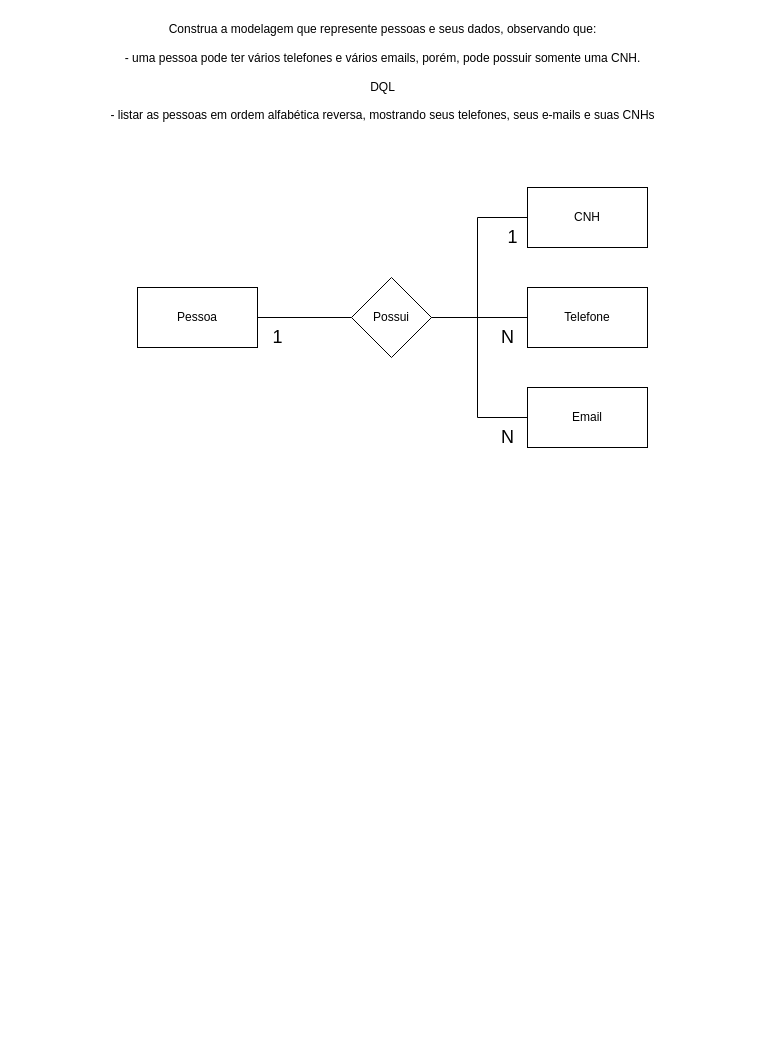
Above: exercícios/1.1/1.1.drawio in wenderdecastro/senai_sprint1_bd (draw.io), before the change. Source tidied: cells renumbered, new cells numbered last; positions are measured from the earlier drawing's top-left corner, leaving out a move shared by most shapes. Both pictures are drawn from the tidied source at 100%, with x=0, y=0 at pixel (97, 17).
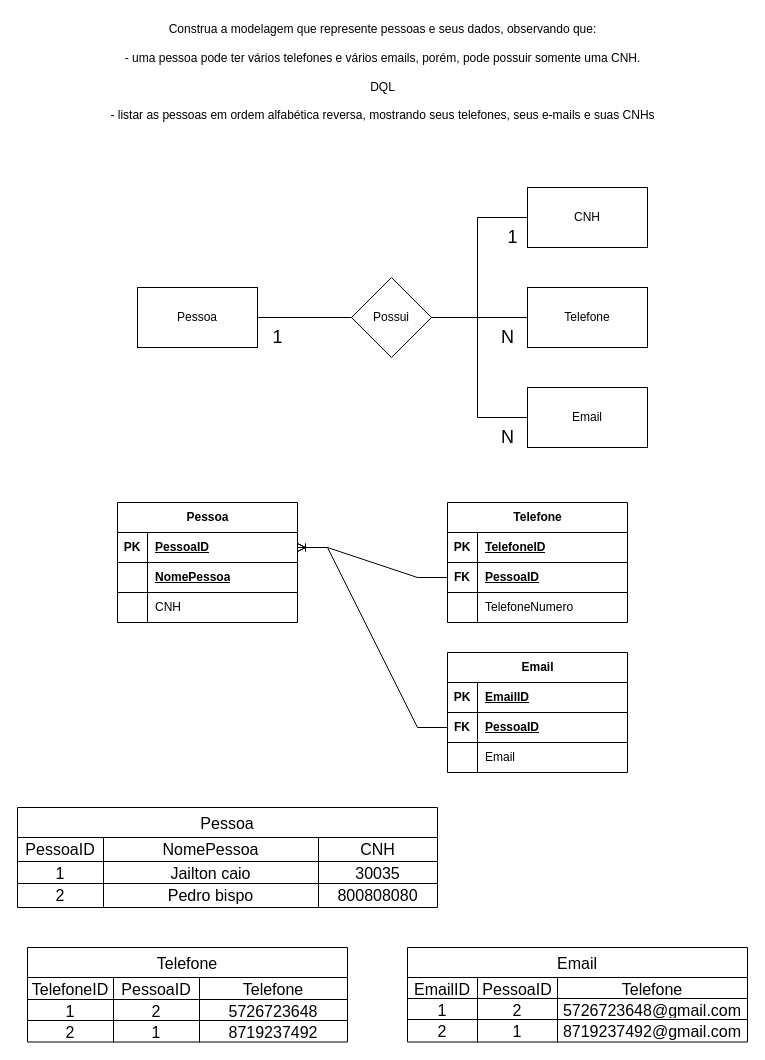
The same diagram, later.

Diff of the diagram source:
```diff
@@
+    <mxCell id="16" value="Pessoa" style="shape=table;startSize=30;childLayout=tableLayout;rowLines=0;fontStyle=1;align=center;html=1;" parent="1" vertex="1">
+      <mxGeometry x="20" y="485" width="180" height="120" as="geometry" />
+    </mxCell>
+    <mxCell id="17" style="shape=tableRow;horizontal=0;startSize=0;swimlaneHead=0;swimlaneBody=0;fillColor=none;points=[[0,0.5],[1,0.5]];portConstraint=eastwest;top=0;left=0;right=0;bottom=1;" parent="16" vertex="1">
+      <mxGeometry y="30" width="180" height="30" as="geometry" />
+    </mxCell>
+    <mxCell id="18" value="PK" style="shape=partialRectangle;fillColor=none;top=0;left=0;bottom=0;right=0;fontStyle=1;overflow=hidden;whiteSpace=wrap;html=1;" parent="17" vertex="1">
+      <mxGeometry width="30" height="30" as="geometry" />
+    </mxCell>
+    <mxCell id="19" value="PessoaID" style="shape=partialRectangle;fillColor=none;top=0;left=0;bottom=0;right=0;align=left;spacingLeft=6;fontStyle=5;overflow=hidden;whiteSpace=wrap;html=1;" parent="17" vertex="1">
+      <mxGeometry x="30" width="150" height="30" as="geometry" />
+    </mxCell>
+    <mxCell id="20" style="shape=tableRow;horizontal=0;startSize=0;swimlaneHead=0;swimlaneBody=0;fillColor=none;top=0;left=0;right=0;bottom=1;" parent="16" vertex="1">
+      <mxGeometry y="60" width="180" height="30" as="geometry" />
+    </mxCell>
+    <mxCell id="21" style="shape=partialRectangle;fillColor=none;top=0;left=0;bottom=0;right=0;fontStyle=1;overflow=hidden;whiteSpace=wrap;html=1;" parent="20" vertex="1">
+      <mxGeometry width="30" height="30" as="geometry" />
+    </mxCell>
+    <mxCell id="22" value="NomePessoa" style="shape=partialRectangle;fillColor=none;top=0;left=0;bottom=0;right=0;align=left;spacingLeft=6;fontStyle=5;overflow=hidden;whiteSpace=wrap;html=1;" parent="20" vertex="1">
+      <mxGeometry x="30" width="150" height="30" as="geometry" />
+    </mxCell>
+    <mxCell id="23" style="shape=tableRow;horizontal=0;startSize=0;swimlaneHead=0;swimlaneBody=0;fillColor=none;top=0;left=0;right=0;bottom=0;" parent="16" vertex="1">
+      <mxGeometry y="90" width="180" height="30" as="geometry" />
+    </mxCell>
+    <mxCell id="24" style="shape=partialRectangle;fillColor=none;top=0;left=0;bottom=0;right=0;overflow=hidden;whiteSpace=wrap;html=1;" parent="23" vertex="1">
+      <mxGeometry width="30" height="30" as="geometry" />
+    </mxCell>
+    <mxCell id="25" value="CNH" style="shape=partialRectangle;fillColor=none;top=0;left=0;bottom=0;right=0;align=left;spacingLeft=6;overflow=hidden;whiteSpace=wrap;html=1;" parent="23" vertex="1">
+      <mxGeometry x="30" width="150" height="30" as="geometry" />
+    </mxCell>
+    <mxCell id="26" value="Telefone" style="shape=table;startSize=30;childLayout=tableLayout;rowLines=0;fontStyle=1;align=center;html=1;" parent="1" vertex="1">
+      <mxGeometry x="350" y="485" width="180" height="120" as="geometry" />
+    </mxCell>
+    <mxCell id="27" style="shape=tableRow;horizontal=0;startSize=0;swimlaneHead=0;swimlaneBody=0;fillColor=none;top=0;left=0;right=0;bottom=1;" parent="26" vertex="1">
+      <mxGeometry y="30" width="180" height="30" as="geometry" />
+    </mxCell>
+    <mxCell id="28" value="PK" style="shape=partialRectangle;fillColor=none;top=0;left=0;bottom=0;right=0;fontStyle=1;overflow=hidden;whiteSpace=wrap;html=1;" parent="27" vertex="1">
+      <mxGeometry width="30" height="30" as="geometry" />
+    </mxCell>
+    <mxCell id="29" value="TelefoneID" style="shape=partialRectangle;fillColor=none;top=0;left=0;bottom=0;right=0;align=left;spacingLeft=6;fontStyle=5;overflow=hidden;whiteSpace=wrap;html=1;" parent="27" vertex="1">
+      <mxGeometry x="30" width="150" height="30" as="geometry" />
+    </mxCell>
+    <mxCell id="30" style="shape=tableRow;horizontal=0;startSize=0;swimlaneHead=0;swimlaneBody=0;fillColor=none;points=[[0,0.5],[1,0.5]];portConstraint=eastwest;top=0;left=0;right=0;bottom=1;" parent="26" vertex="1">
+      <mxGeometry y="60" width="180" height="30" as="geometry" />
+    </mxCell>
+    <mxCell id="31" value="FK" style="shape=partialRectangle;fillColor=none;top=0;left=0;bottom=0;right=0;fontStyle=1;overflow=hidden;whiteSpace=wrap;html=1;" parent="30" vertex="1">
+      <mxGeometry width="30" height="30" as="geometry" />
+    </mxCell>
+    <mxCell id="32" value="PessoaID" style="shape=partialRectangle;fillColor=none;top=0;left=0;bottom=0;right=0;align=left;spacingLeft=6;fontStyle=5;overflow=hidden;whiteSpace=wrap;html=1;" parent="30" vertex="1">
+      <mxGeometry x="30" width="150" height="30" as="geometry" />
+    </mxCell>
+    <mxCell id="33" style="shape=tableRow;horizontal=0;startSize=0;swimlaneHead=0;swimlaneBody=0;fillColor=none;top=0;left=0;right=0;bottom=0;" parent="26" vertex="1">
+      <mxGeometry y="90" width="180" height="30" as="geometry" />
+    </mxCell>
+    <mxCell id="34" style="shape=partialRectangle;fillColor=none;top=0;left=0;bottom=0;right=0;overflow=hidden;whiteSpace=wrap;html=1;" parent="33" vertex="1">
+      <mxGeometry width="30" height="30" as="geometry" />
+    </mxCell>
+    <mxCell id="35" value="TelefoneNumero" style="shape=partialRectangle;fillColor=none;top=0;left=0;bottom=0;right=0;align=left;spacingLeft=6;overflow=hidden;whiteSpace=wrap;html=1;" parent="33" vertex="1">
+      <mxGeometry x="30" width="150" height="30" as="geometry" />
+    </mxCell>
+    <mxCell id="36" value="Email" style="shape=table;startSize=30;childLayout=tableLayout;rowLines=0;fontStyle=1;align=center;html=1;" parent="1" vertex="1">
+      <mxGeometry x="350" y="635" width="180" height="120" as="geometry" />
+    </mxCell>
+    <mxCell id="37" style="shape=tableRow;horizontal=0;startSize=0;swimlaneHead=0;swimlaneBody=0;fillColor=none;top=0;left=0;right=0;bottom=1;" parent="36" vertex="1">
+      <mxGeometry y="30" width="180" height="30" as="geometry" />
+    </mxCell>
+    <mxCell id="38" value="PK" style="shape=partialRectangle;fillColor=none;top=0;left=0;bottom=0;right=0;fontStyle=1;overflow=hidden;whiteSpace=wrap;html=1;" parent="37" vertex="1">
+      <mxGeometry width="30" height="30" as="geometry" />
+    </mxCell>
+    <mxCell id="39" value="EmailID" style="shape=partialRectangle;fillColor=none;top=0;left=0;bottom=0;right=0;align=left;spacingLeft=6;fontStyle=5;overflow=hidden;whiteSpace=wrap;html=1;" parent="37" vertex="1">
+      <mxGeometry x="30" width="150" height="30" as="geometry" />
+    </mxCell>
+    <mxCell id="40" style="shape=tableRow;horizontal=0;startSize=0;swimlaneHead=0;swimlaneBody=0;fillColor=none;points=[[0,0.5],[1,0.5]];portConstraint=eastwest;top=0;left=0;right=0;bottom=1;" parent="36" vertex="1">
+      <mxGeometry y="60" width="180" height="30" as="geometry" />
+    </mxCell>
+    <mxCell id="41" value="FK" style="shape=partialRectangle;fillColor=none;top=0;left=0;bottom=0;right=0;fontStyle=1;overflow=hidden;whiteSpace=wrap;html=1;" parent="40" vertex="1">
+      <mxGeometry width="30" height="30" as="geometry" />
+    </mxCell>
+    <mxCell id="42" value="PessoaID" style="shape=partialRectangle;fillColor=none;top=0;left=0;bottom=0;right=0;align=left;spacingLeft=6;fontStyle=5;overflow=hidden;whiteSpace=wrap;html=1;" parent="40" vertex="1">
+      <mxGeometry x="30" width="150" height="30" as="geometry" />
+    </mxCell>
+    <mxCell id="43" style="shape=tableRow;horizontal=0;startSize=0;swimlaneHead=0;swimlaneBody=0;fillColor=none;top=0;left=0;right=0;bottom=0;" parent="36" vertex="1">
+      <mxGeometry y="90" width="180" height="30" as="geometry" />
+    </mxCell>
+    <mxCell id="44" style="shape=partialRectangle;fillColor=none;top=0;left=0;bottom=0;right=0;overflow=hidden;whiteSpace=wrap;html=1;" parent="43" vertex="1">
+      <mxGeometry width="30" height="30" as="geometry" />
+    </mxCell>
+    <mxCell id="45" value="Email" style="shape=partialRectangle;fillColor=none;top=0;left=0;bottom=0;right=0;align=left;spacingLeft=6;overflow=hidden;whiteSpace=wrap;html=1;" parent="43" vertex="1">
+      <mxGeometry x="30" width="150" height="30" as="geometry" />
+    </mxCell>
+    <mxCell id="46" style="edgeStyle=entityRelationEdgeStyle;fontSize=12;html=1;endArrow=ERoneToMany;rounded=0;entryX=1;entryY=0.5;entryDx=0;entryDy=0;exitX=0;exitY=0.5;exitDx=0;exitDy=0;" parent="1" edge="1" source="30" target="17">
+      <mxGeometry relative="1" as="geometry">
+        <Array as="points">
+          <mxPoint x="320" y="740" />
+        </Array>
+      </mxGeometry>
+    </mxCell>
+    <mxCell id="47" style="edgeStyle=entityRelationEdgeStyle;fontSize=12;html=1;endArrow=ERoneToMany;rounded=0;exitX=0;exitY=0.5;exitDx=0;exitDy=0;" parent="1" edge="1" source="40" target="17">
+      <mxGeometry relative="1" as="geometry">
+        <Array as="points">
+          <mxPoint x="330" y="750" />
+        </Array>
+      </mxGeometry>
+    </mxCell>
+    <mxCell id="48" value="Pessoa" style="shape=table;startSize=30;childLayout=tableLayout;strokeColor=default;fontSize=16;" parent="1" vertex="1">
+      <mxGeometry x="-80" y="790" width="420" height="100" as="geometry" />
+    </mxCell>
+    <mxCell id="49" style="shape=tableRow;horizontal=0;startSize=0;swimlaneHead=0;swimlaneBody=0;strokeColor=inherit;top=0;left=0;bottom=0;right=0;fillColor=none;fontSize=16;" parent="48" vertex="1">
+      <mxGeometry y="30" width="420" height="24" as="geometry" />
+    </mxCell>
+    <mxCell id="50" value="PessoaID" style="shape=partialRectangle;html=1;whiteSpace=wrap;strokeColor=inherit;overflow=hidden;fillColor=none;top=0;left=0;bottom=0;right=0;fontSize=16;" parent="49" vertex="1">
+      <mxGeometry width="86" height="24" as="geometry" />
+    </mxCell>
+    <mxCell id="51" value="NomePessoa" style="shape=partialRectangle;html=1;whiteSpace=wrap;strokeColor=inherit;overflow=hidden;fillColor=none;top=0;left=0;bottom=0;right=0;fontSize=16;" parent="49" vertex="1">
+      <mxGeometry x="86" width="215" height="24" as="geometry" />
+    </mxCell>
+    <mxCell id="52" value="CNH" style="shape=partialRectangle;html=1;whiteSpace=wrap;strokeColor=inherit;overflow=hidden;fillColor=none;top=0;left=0;bottom=0;right=0;fontSize=16;" parent="49" vertex="1">
+      <mxGeometry x="301" width="119" height="24" as="geometry" />
+    </mxCell>
+    <mxCell id="53" style="shape=tableRow;horizontal=0;startSize=0;swimlaneHead=0;swimlaneBody=0;strokeColor=inherit;top=0;left=0;bottom=0;right=0;fillColor=none;fontSize=16;" parent="48" vertex="1">
+      <mxGeometry y="54" width="420" height="22" as="geometry" />
+    </mxCell>
+    <mxCell id="54" value="1" style="shape=partialRectangle;html=1;whiteSpace=wrap;strokeColor=inherit;overflow=hidden;fillColor=none;top=0;left=0;bottom=0;right=0;fontSize=16;" parent="53" vertex="1">
+      <mxGeometry width="86" height="22" as="geometry" />
+    </mxCell>
+    <mxCell id="55" value="Jailton caio" style="shape=partialRectangle;html=1;whiteSpace=wrap;strokeColor=inherit;overflow=hidden;fillColor=none;top=0;left=0;bottom=0;right=0;fontSize=16;" parent="53" vertex="1">
+      <mxGeometry x="86" width="215" height="22" as="geometry" />
+    </mxCell>
+    <mxCell id="56" value="30035" style="shape=partialRectangle;html=1;whiteSpace=wrap;strokeColor=inherit;overflow=hidden;fillColor=none;top=0;left=0;bottom=0;right=0;fontSize=16;" parent="53" vertex="1">
+      <mxGeometry x="301" width="119" height="22" as="geometry" />
+    </mxCell>
+    <mxCell id="57" style="shape=tableRow;horizontal=0;startSize=0;swimlaneHead=0;swimlaneBody=0;strokeColor=inherit;top=0;left=0;bottom=0;right=0;fillColor=none;fontSize=16;" parent="48" vertex="1">
+      <mxGeometry y="76" width="420" height="24" as="geometry" />
+    </mxCell>
+    <mxCell id="58" value="2" style="shape=partialRectangle;html=1;whiteSpace=wrap;strokeColor=inherit;overflow=hidden;fillColor=none;top=0;left=0;bottom=0;right=0;fontSize=16;" parent="57" vertex="1">
+      <mxGeometry width="86" height="24" as="geometry" />
+    </mxCell>
+    <mxCell id="59" value="Pedro bispo" style="shape=partialRectangle;html=1;whiteSpace=wrap;strokeColor=inherit;overflow=hidden;fillColor=none;top=0;left=0;bottom=0;right=0;fontSize=16;" parent="57" vertex="1">
+      <mxGeometry x="86" width="215" height="24" as="geometry" />
+    </mxCell>
+    <mxCell id="60" value="800808080" style="shape=partialRectangle;html=1;whiteSpace=wrap;strokeColor=inherit;overflow=hidden;fillColor=none;top=0;left=0;bottom=0;right=0;fontSize=16;" parent="57" vertex="1">
+      <mxGeometry x="301" width="119" height="24" as="geometry" />
+    </mxCell>
+    <mxCell id="61" value="Telefone" style="shape=table;startSize=30;childLayout=tableLayout;strokeColor=default;fontSize=16;" parent="1" vertex="1">
+      <mxGeometry x="-70" y="930" width="320" height="94.5" as="geometry" />
+    </mxCell>
+    <mxCell id="62" style="shape=tableRow;horizontal=0;startSize=0;swimlaneHead=0;swimlaneBody=0;strokeColor=inherit;top=0;left=0;bottom=0;right=0;fillColor=none;fontSize=16;" parent="61" vertex="1">
+      <mxGeometry y="30" width="320" height="22" as="geometry" />
+    </mxCell>
+    <mxCell id="63" value="TelefoneID" style="shape=partialRectangle;html=1;whiteSpace=wrap;strokeColor=inherit;overflow=hidden;fillColor=none;top=0;left=0;bottom=0;right=0;fontSize=16;" parent="62" vertex="1">
+      <mxGeometry width="86" height="22" as="geometry" />
+    </mxCell>
+    <mxCell id="64" value="PessoaID" style="shape=partialRectangle;html=1;whiteSpace=wrap;strokeColor=inherit;overflow=hidden;fillColor=none;top=0;left=0;bottom=0;right=0;fontSize=16;" parent="62" vertex="1">
+      <mxGeometry x="86" width="86" height="22" as="geometry" />
+    </mxCell>
+    <mxCell id="65" value="Telefone" style="shape=partialRectangle;html=1;whiteSpace=wrap;strokeColor=inherit;overflow=hidden;fillColor=none;top=0;left=0;bottom=0;right=0;fontSize=16;" parent="62" vertex="1">
+      <mxGeometry x="172" width="148" height="22" as="geometry" />
+    </mxCell>
+    <mxCell id="66" style="shape=tableRow;horizontal=0;startSize=0;swimlaneHead=0;swimlaneBody=0;strokeColor=inherit;top=0;left=0;bottom=0;right=0;fillColor=none;fontSize=16;" parent="61" vertex="1">
+      <mxGeometry y="52" width="320" height="21" as="geometry" />
+    </mxCell>
+    <mxCell id="67" value="1" style="shape=partialRectangle;html=1;whiteSpace=wrap;strokeColor=inherit;overflow=hidden;fillColor=none;top=0;left=0;bottom=0;right=0;fontSize=16;" parent="66" vertex="1">
+      <mxGeometry width="86" height="21" as="geometry" />
+    </mxCell>
+    <mxCell id="68" value="2" style="shape=partialRectangle;html=1;whiteSpace=wrap;strokeColor=inherit;overflow=hidden;fillColor=none;top=0;left=0;bottom=0;right=0;fontSize=16;" parent="66" vertex="1">
+      <mxGeometry x="86" width="86" height="21" as="geometry" />
+    </mxCell>
+    <mxCell id="69" value="5726723648" style="shape=partialRectangle;html=1;whiteSpace=wrap;strokeColor=inherit;overflow=hidden;fillColor=none;top=0;left=0;bottom=0;right=0;fontSize=16;" parent="66" vertex="1">
+      <mxGeometry x="172" width="148" height="21" as="geometry" />
+    </mxCell>
+    <mxCell id="70" style="shape=tableRow;horizontal=0;startSize=0;swimlaneHead=0;swimlaneBody=0;strokeColor=inherit;top=0;left=0;bottom=0;right=0;fillColor=none;fontSize=16;" parent="61" vertex="1">
+      <mxGeometry y="73" width="320" height="22" as="geometry" />
+    </mxCell>
+    <mxCell id="71" value="2" style="shape=partialRectangle;html=1;whiteSpace=wrap;strokeColor=inherit;overflow=hidden;fillColor=none;top=0;left=0;bottom=0;right=0;fontSize=16;" parent="70" vertex="1">
+      <mxGeometry width="86" height="22" as="geometry" />
+    </mxCell>
+    <mxCell id="72" value="1" style="shape=partialRectangle;html=1;whiteSpace=wrap;strokeColor=inherit;overflow=hidden;fillColor=none;top=0;left=0;bottom=0;right=0;fontSize=16;" parent="70" vertex="1">
+      <mxGeometry x="86" width="86" height="22" as="geometry" />
+    </mxCell>
+    <mxCell id="73" value="8719237492" style="shape=partialRectangle;html=1;whiteSpace=wrap;strokeColor=inherit;overflow=hidden;fillColor=none;top=0;left=0;bottom=0;right=0;fontSize=16;" parent="70" vertex="1">
+      <mxGeometry x="172" width="148" height="22" as="geometry" />
+    </mxCell>
+    <mxCell id="74" value="Email" style="shape=table;startSize=30;childLayout=tableLayout;strokeColor=default;fontSize=16;" parent="1" vertex="1">
+      <mxGeometry x="310" y="930" width="340" height="94.5" as="geometry" />
+    </mxCell>
+    <mxCell id="75" style="shape=tableRow;horizontal=0;startSize=0;swimlaneHead=0;swimlaneBody=0;strokeColor=inherit;top=0;left=0;bottom=0;right=0;fillColor=none;fontSize=16;" parent="74" vertex="1">
+      <mxGeometry y="30" width="340" height="21" as="geometry" />
+    </mxCell>
+    <mxCell id="76" value="EmailID" style="shape=partialRectangle;html=1;whiteSpace=wrap;strokeColor=inherit;overflow=hidden;fillColor=none;top=0;left=0;bottom=0;right=0;fontSize=16;" parent="75" vertex="1">
+      <mxGeometry width="70" height="21" as="geometry" />
+    </mxCell>
+    <mxCell id="77" value="PessoaID" style="shape=partialRectangle;html=1;whiteSpace=wrap;strokeColor=inherit;overflow=hidden;fillColor=none;top=0;left=0;bottom=0;right=0;fontSize=16;" parent="75" vertex="1">
+      <mxGeometry x="70" width="80" height="21" as="geometry" />
+    </mxCell>
+    <mxCell id="78" value="Telefone" style="shape=partialRectangle;html=1;whiteSpace=wrap;strokeColor=inherit;overflow=hidden;fillColor=none;top=0;left=0;bottom=0;right=0;fontSize=16;" parent="75" vertex="1">
+      <mxGeometry x="150" width="190" height="21" as="geometry" />
+    </mxCell>
+    <mxCell id="79" style="shape=tableRow;horizontal=0;startSize=0;swimlaneHead=0;swimlaneBody=0;strokeColor=inherit;top=0;left=0;bottom=0;right=0;fillColor=none;fontSize=16;" parent="74" vertex="1">
+      <mxGeometry y="51" width="340" height="21" as="geometry" />
+    </mxCell>
+    <mxCell id="80" value="1" style="shape=partialRectangle;html=1;whiteSpace=wrap;strokeColor=inherit;overflow=hidden;fillColor=none;top=0;left=0;bottom=0;right=0;fontSize=16;" parent="79" vertex="1">
+      <mxGeometry width="70" height="21" as="geometry" />
+    </mxCell>
+    <mxCell id="81" value="2" style="shape=partialRectangle;html=1;whiteSpace=wrap;strokeColor=inherit;overflow=hidden;fillColor=none;top=0;left=0;bottom=0;right=0;fontSize=16;" parent="79" vertex="1">
+      <mxGeometry x="70" width="80" height="21" as="geometry" />
+    </mxCell>
+    <mxCell id="82" value="5726723648@gmail.com" style="shape=partialRectangle;html=1;whiteSpace=wrap;strokeColor=inherit;overflow=hidden;fillColor=none;top=0;left=0;bottom=0;right=0;fontSize=16;" parent="79" vertex="1">
+      <mxGeometry x="150" width="190" height="21" as="geometry" />
+    </mxCell>
+    <mxCell id="83" style="shape=tableRow;horizontal=0;startSize=0;swimlaneHead=0;swimlaneBody=0;strokeColor=inherit;top=0;left=0;bottom=0;right=0;fillColor=none;fontSize=16;" parent="74" vertex="1">
+      <mxGeometry y="72" width="340" height="23" as="geometry" />
+    </mxCell>
+    <mxCell id="84" value="2" style="shape=partialRectangle;html=1;whiteSpace=wrap;strokeColor=inherit;overflow=hidden;fillColor=none;top=0;left=0;bottom=0;right=0;fontSize=16;" parent="83" vertex="1">
+      <mxGeometry width="70" height="23" as="geometry" />
+    </mxCell>
+    <mxCell id="85" value="1" style="shape=partialRectangle;html=1;whiteSpace=wrap;strokeColor=inherit;overflow=hidden;fillColor=none;top=0;left=0;bottom=0;right=0;fontSize=16;" parent="83" vertex="1">
+      <mxGeometry x="70" width="80" height="23" as="geometry" />
+    </mxCell>
+    <mxCell id="86" value="8719237492@gmail.com" style="shape=partialRectangle;html=1;whiteSpace=wrap;strokeColor=inherit;overflow=hidden;fillColor=none;top=0;left=0;bottom=0;right=0;fontSize=16;" parent="83" vertex="1">
+      <mxGeometry x="150" width="190" height="23" as="geometry" />
+    </mxCell>
```
